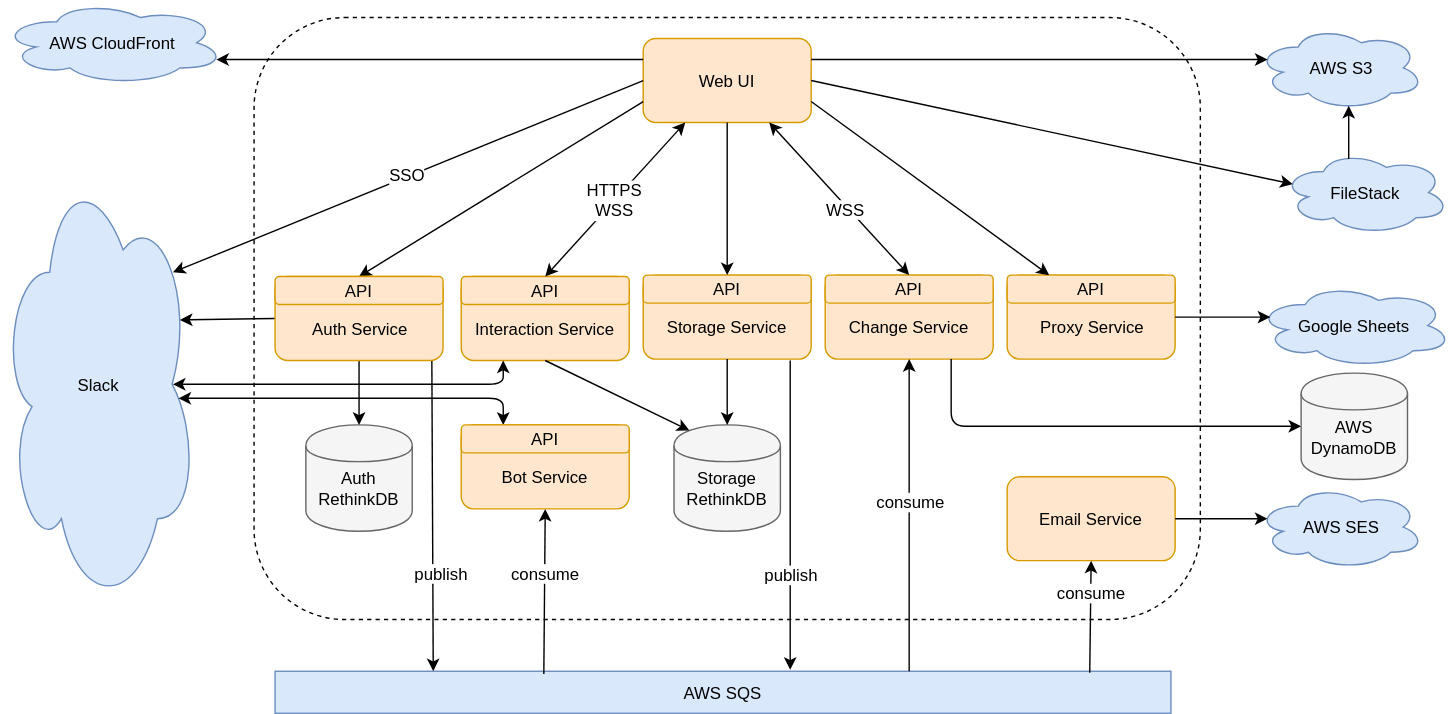
Before: OC-System.svg, a diagram exported from draw.io (open-company/developer-onboarding). Source tidied: cells renumbered, new cells last; positions are measured from the earlier drawing's top-left corner, leaving out a move shared by most shapes.
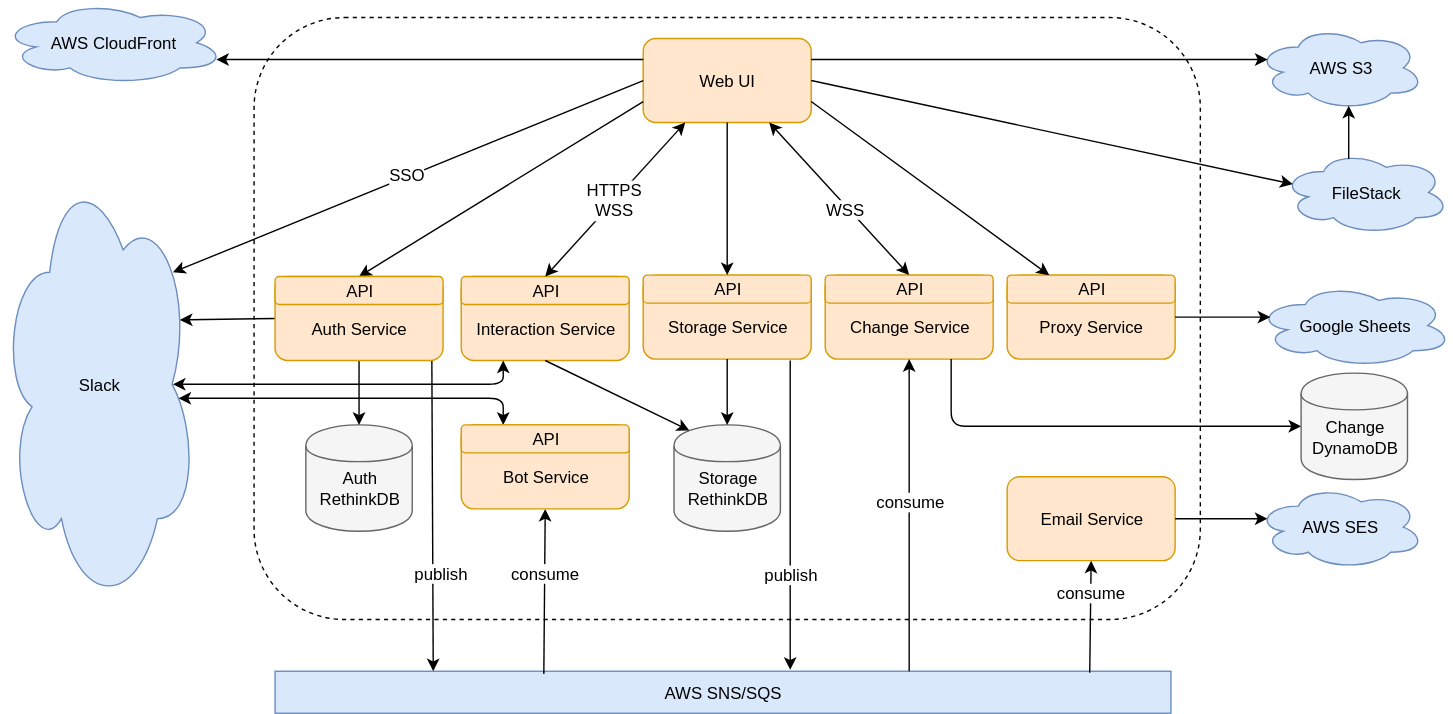
Later version of the same file.

Commit message:
Minor update to diagram labeling.

Diff of the diagram source:
```diff
@@ -17,7 +17,7 @@
     <mxCell id="6" value="FileStack" style="ellipse;shape=cloud;whiteSpace=wrap;html=1;fontSize=12;fontColor=#000000;fillColor=#dae8fc;strokeColor=#6c8ebf;" parent="1" vertex="1">
       <mxGeometry x="915" y="107" width="120" height="60" as="geometry" />
     </mxCell>
-    <mxCell id="7" value="AWS SQS" style="rounded=0;whiteSpace=wrap;html=1;fontSize=12;fontColor=#000000;fillColor=#dae8fc;strokeColor=#6c8ebf;" parent="1" vertex="1">
+    <mxCell id="7" value="AWS SNS/SQS" style="rounded=0;whiteSpace=wrap;html=1;fontSize=12;fontColor=#000000;fillColor=#dae8fc;strokeColor=#6c8ebf;" parent="1" vertex="1">
       <mxGeometry x="196" y="479" width="640" height="30" as="geometry" />
     </mxCell>
     <mxCell id="8" value="Email Service" style="rounded=1;whiteSpace=wrap;html=1;fontSize=12;fontColor=#000000;fillColor=#ffe6cc;strokeColor=#d79b00;" parent="1" vertex="1">
@@ -201,7 +201,7 @@
         </Array>
       </mxGeometry>
     </mxCell>
-    <mxCell id="58" value="&lt;div&gt;&lt;br&gt;&lt;/div&gt;&lt;div&gt;AWS&lt;/div&gt;&lt;div&gt;DynamoDB&lt;/div&gt;" style="shape=cylinder;whiteSpace=wrap;html=1;fontSize=12;fontColor=#000000;fillColor=#f5f5f5;strokeColor=#666666;" parent="1" vertex="1">
+    <mxCell id="58" value="&lt;div&gt;&lt;br&gt;&lt;/div&gt;&lt;div&gt;Change&lt;/div&gt;&lt;div&gt;DynamoDB&lt;/div&gt;" style="shape=cylinder;whiteSpace=wrap;html=1;fontSize=12;fontColor=#000000;fillColor=#f5f5f5;strokeColor=#666666;" parent="1" vertex="1">
       <mxGeometry x="929" y="266" width="76" height="76" as="geometry" />
     </mxCell>
     <mxCell id="59" style="group;" parent="1" vertex="1">
```
